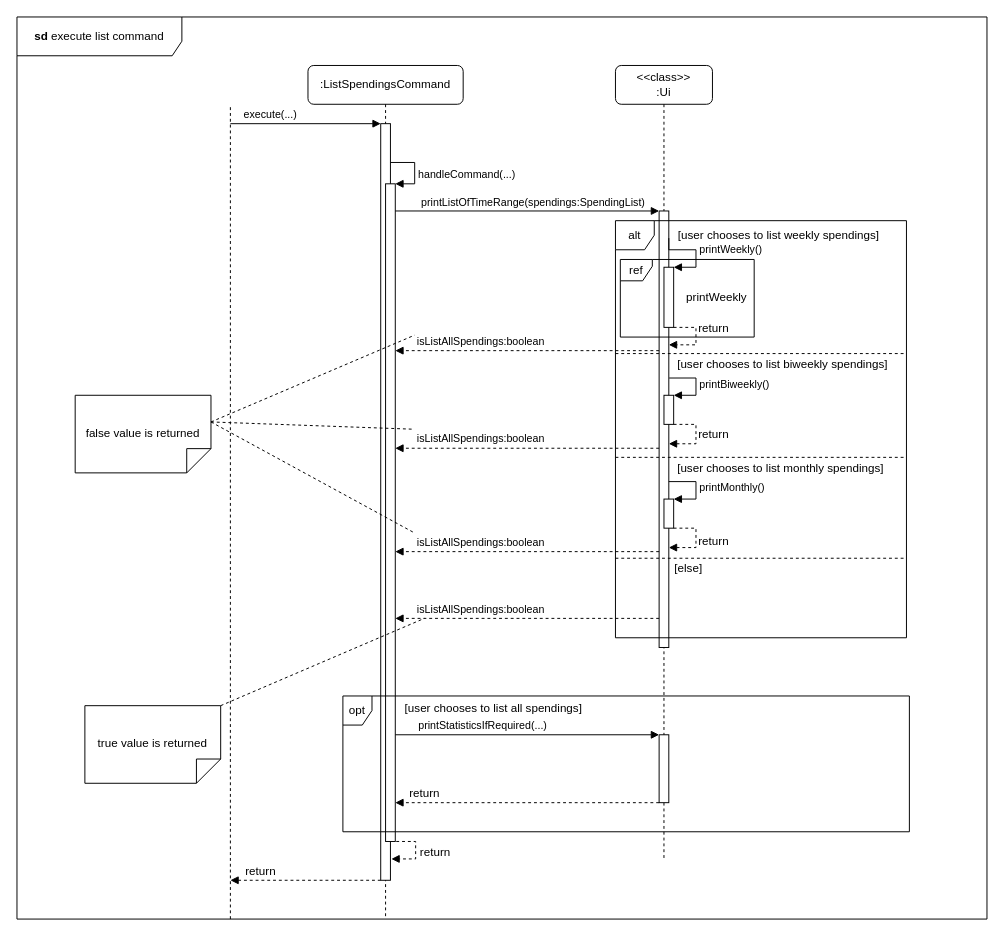
This is docs/Diagrams/Commands/executeListSpendingsCommand.drawio from wongwh2002/CS2113TeamProject, a draw.io file, before an edit. Source tidied: cells renumbered, new cells numbered last; positions are measured from the earlier drawing's top-left corner, leaving out a move shared by most shapes. Both pictures are drawn from the tidied source at 97%, with x=0, y=0 at pixel (16, 16).
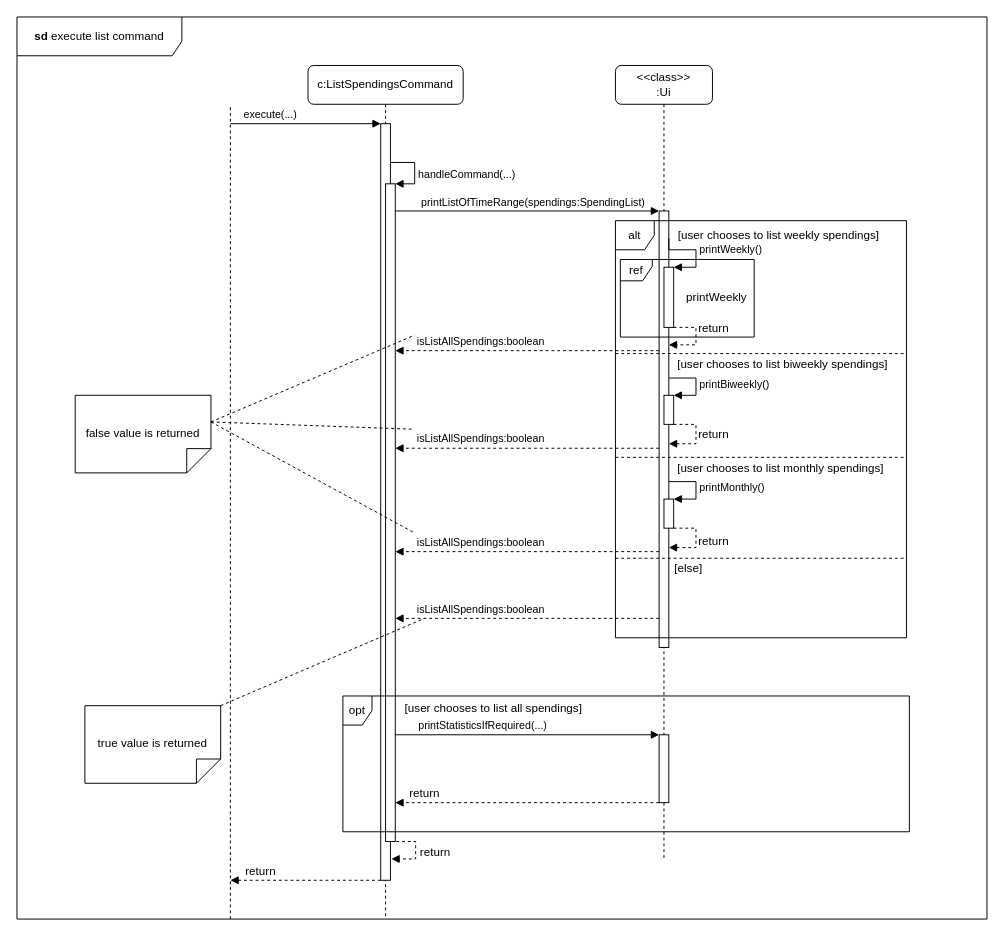
The same diagram, later.

What changed in the source:
```diff
@@
-    <mxCell id="3" value=":ListSpendingsCommand" style="shape=umlLifeline;perimeter=lifelinePerimeter;whiteSpace=wrap;html=1;newEdgeStyle={&quot;curved&quot;:0,&quot;rounded&quot;:0};rounded=1;" parent="1" vertex="1">
+    <mxCell id="3" value="c:ListSpendingsCommand" style="shape=umlLifeline;perimeter=lifelinePerimeter;whiteSpace=wrap;html=1;newEdgeStyle={&quot;curved&quot;:0,&quot;rounded&quot;:0};rounded=1;" parent="1" vertex="1">
       <mxGeometry x="300" y="50" width="160" height="880" as="geometry" />
     </mxCell>
```
